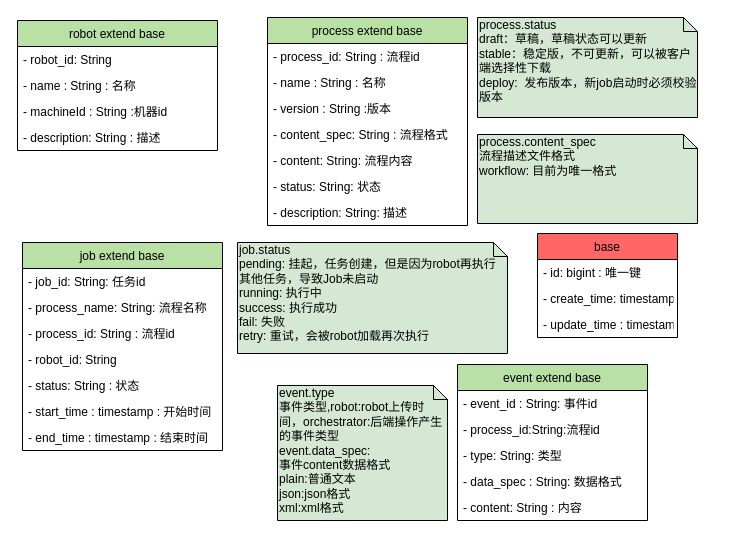
The draw.io diagram rpa_orchestrator数据模型.drawio in sunhj000/draw, before the edit. Source tidied: cells renumbered, new cells numbered last; positions are measured from the earlier drawing's top-left corner, leaving out a move shared by most shapes. Both pictures are drawn from the tidied source at 100%, with x=0, y=0 at pixel (17, 17).
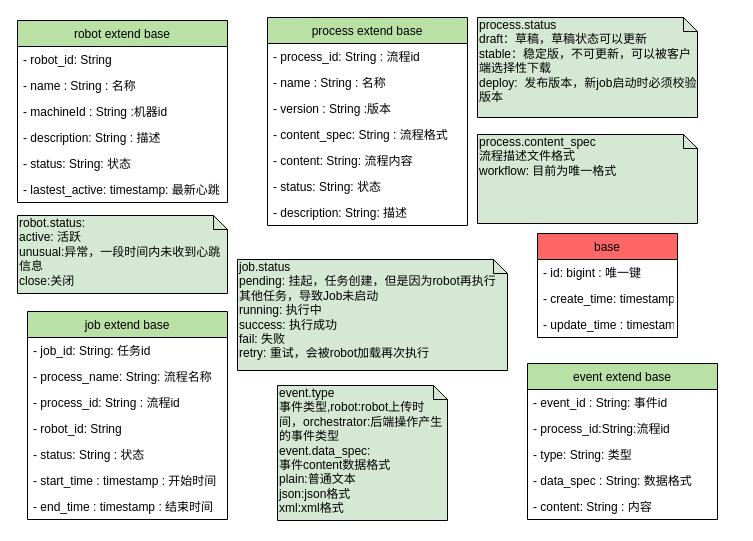
The same diagram, later.

What changed in the source:
```diff
@@
     <mxCell id="2" value="robot extend base" style="swimlane;fontStyle=0;horizontal=1;startSize=26;fillColor=#B9E0A5;flipH=0;flipV=0;" parent="1" vertex="1">
-      <mxGeometry y="3" width="200" height="130" as="geometry" />
+      <mxGeometry y="3" width="210" height="182" as="geometry" />
     </mxCell>
     <mxCell id="3" value="- robot_id: String " style="text;strokeColor=none;fillColor=none;align=left;verticalAlign=top;spacingLeft=4;spacingRight=4;overflow=hidden;" parent="2" vertex="1">
-      <mxGeometry y="26" width="200" height="26" as="geometry" />
+      <mxGeometry y="26" width="210" height="26" as="geometry" />
     </mxCell>
     <mxCell id="4" value="- name : String : 名称&#10;&#10;" style="text;strokeColor=none;fillColor=none;align=left;verticalAlign=top;spacingLeft=4;spacingRight=4;overflow=hidden;" parent="2" vertex="1">
-      <mxGeometry y="52" width="200" height="26" as="geometry" />
+      <mxGeometry y="52" width="210" height="26" as="geometry" />
     </mxCell>
     <mxCell id="5" value="- machineId : String :机器id" style="text;strokeColor=none;fillColor=none;align=left;verticalAlign=top;spacingLeft=4;spacingRight=4;overflow=hidden;" parent="2" vertex="1">
-      <mxGeometry y="78" width="200" height="26" as="geometry" />
+      <mxGeometry y="78" width="210" height="26" as="geometry" />
     </mxCell>
     <mxCell id="6" value="- description: String : 描述" style="text;strokeColor=none;fillColor=none;align=left;verticalAlign=top;spacingLeft=4;spacingRight=4;overflow=hidden;" parent="2" vertex="1">
-      <mxGeometry y="104" width="200" height="26" as="geometry" />
+      <mxGeometry y="104" width="210" height="26" as="geometry" />
     </mxCell>
+    <mxCell id="37" value="- status: String: 状态" style="text;strokeColor=none;fillColor=none;align=left;verticalAlign=top;spacingLeft=4;spacingRight=4;overflow=hidden;" parent="2" vertex="1">
+      <mxGeometry y="130" width="210" height="26" as="geometry" />
+    </mxCell>
+    <mxCell id="38" value="- lastest_active: timestamp: 最新心跳" style="text;strokeColor=none;fillColor=none;align=left;verticalAlign=top;spacingLeft=4;spacingRight=4;overflow=hidden;" parent="2" vertex="1">
+      <mxGeometry y="156" width="210" height="26" as="geometry" />
+    </mxCell>
@@
     <mxCell id="20" value="job extend base" style="swimlane;fontStyle=0;horizontal=1;startSize=26;fillColor=#B9E0A5;" parent="1" vertex="1">
-      <mxGeometry x="5" y="225" width="200" height="208" as="geometry" />
+      <mxGeometry x="10" y="294" width="200" height="208" as="geometry" />
     </mxCell>
@@
     <mxCell id="28" value="job.status&lt;br&gt;pending: 挂起，任务创建，但是因为robot再执行其他任务，导致Job未启动&lt;br&gt;running: 执行中&lt;br&gt;success: 执行成功&lt;br&gt;fail: 失败&lt;br&gt;retry: 重试，会被robot加载再次执行&lt;br&gt;" style="shape=note;whiteSpace=wrap;html=1;size=14;verticalAlign=top;align=left;spacingTop=-6;fillColor=#D5E8D4;" parent="1" vertex="1">
-      <mxGeometry x="220" y="225" width="270" height="111" as="geometry" />
+      <mxGeometry x="220" y="242" width="270" height="111" as="geometry" />
     </mxCell>
     <mxCell id="29" value="event extend base" style="swimlane;fontStyle=0;horizontal=1;startSize=26;fillColor=#B9E0A5;" parent="1" vertex="1">
-      <mxGeometry x="440" y="347" width="190" height="156" as="geometry" />
+      <mxGeometry x="510" y="346" width="190" height="156" as="geometry" />
     </mxCell>
@@
+    <mxCell id="39" value="robot.status:&lt;br&gt;active: 活跃&lt;br&gt;unusual:异常，一段时间内未收到心跳信息&lt;br&gt;close:关闭&lt;br&gt;" style="shape=note;whiteSpace=wrap;html=1;size=14;verticalAlign=top;align=left;spacingTop=-6;fillColor=#D5E8D4;" parent="1" vertex="1">
+      <mxGeometry y="198" width="210" height="78" as="geometry" />
+    </mxCell>
```
